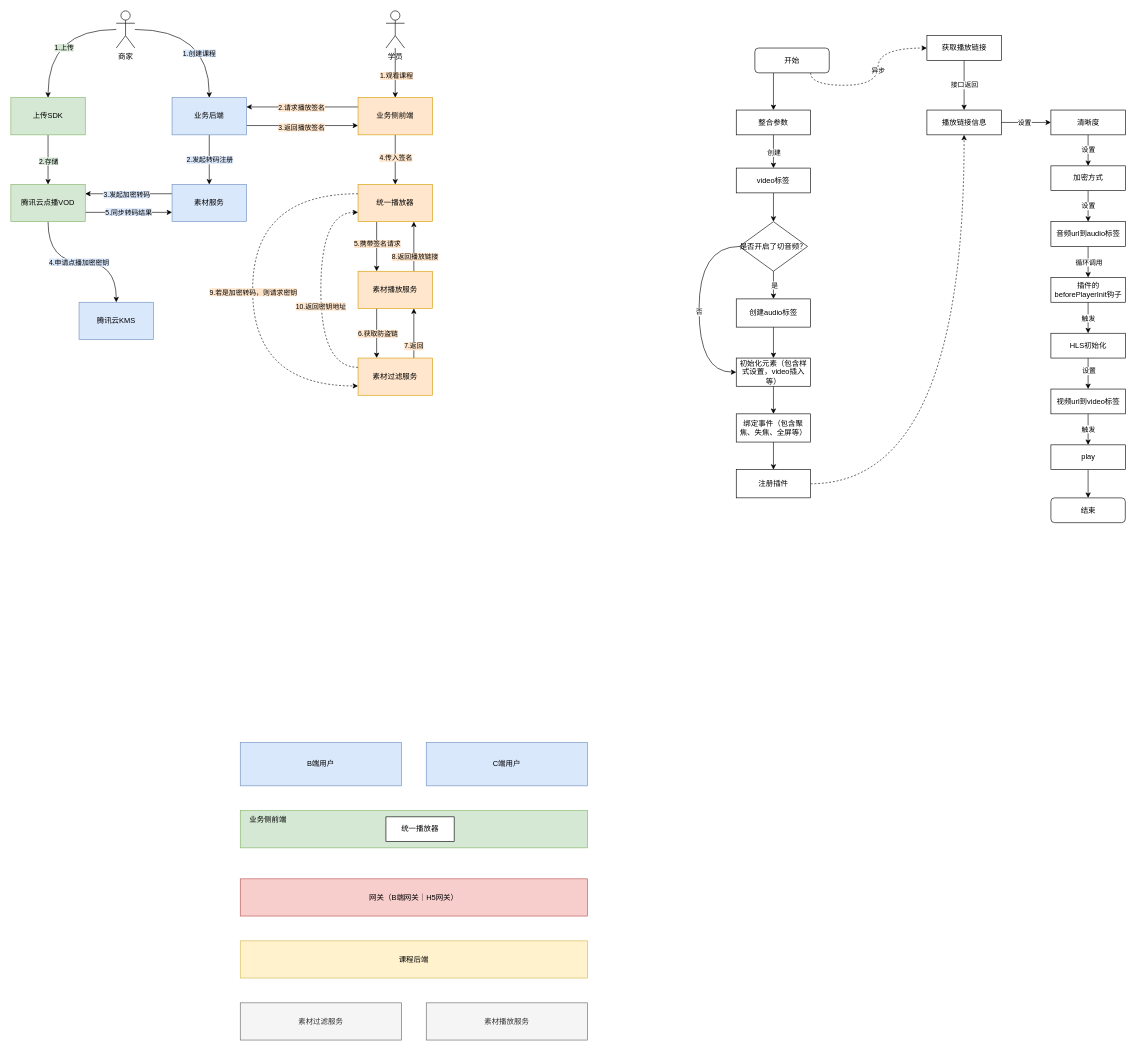
DillionZ/self-drawio keeps this draw.io diagram as page "统一播放器" (3 of 3) of work.drawio. Above is the earlier version. Source tidied: cells renumbered, new cells numbered last; positions are measured from the earlier drawing's top-left corner, leaving out a move shared by most shapes. Both pictures are drawn from the tidied source at 62%, with x=0, y=0 at pixel (11, 11).
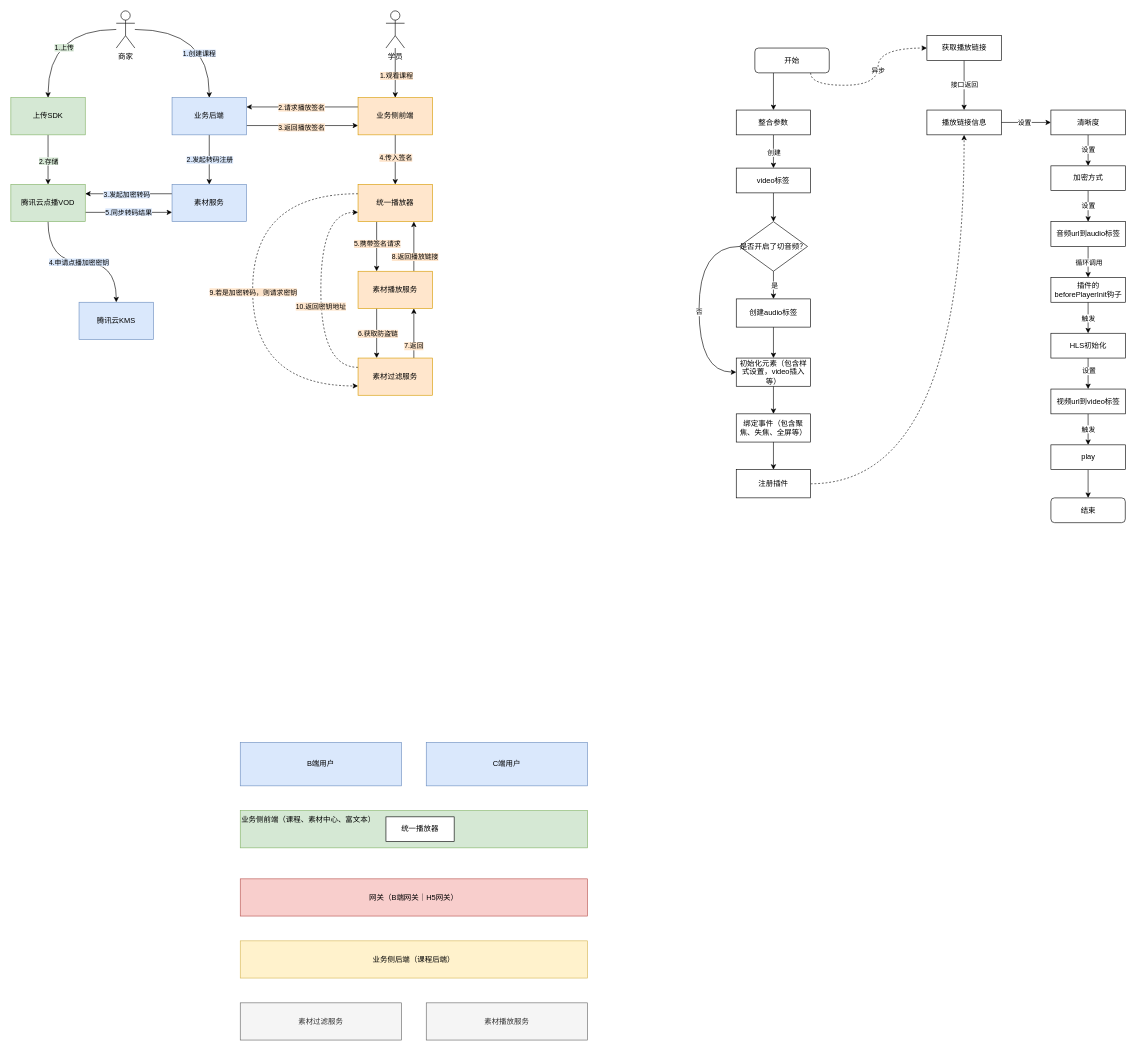
The same diagram, later.

Change to the diagram source:
```diff
@@
-    <mxCell id="98" value="课程后端" style="rounded=0;whiteSpace=wrap;html=1;fillColor=#fff2cc;strokeColor=#d6b656;" parent="1" vertex="1">
+    <mxCell id="98" value="业务侧后端（课程后端）" style="rounded=0;whiteSpace=wrap;html=1;fillColor=#fff2cc;strokeColor=#d6b656;" parent="1" vertex="1">
       <mxGeometry x="370" y="1500" width="560" height="60" as="geometry" />
     </mxCell>
@@
-    <mxCell id="102" value="业务侧前端" style="text;html=1;align=center;verticalAlign=middle;whiteSpace=wrap;rounded=0;" parent="1" vertex="1">
-      <mxGeometry x="370" y="1290" width="90" height="30" as="geometry" />
+    <mxCell id="102" value="业务侧前端（课程、素材中心、富文本）" style="text;html=1;align=center;verticalAlign=middle;whiteSpace=wrap;rounded=0;" parent="1" vertex="1">
+      <mxGeometry x="370" y="1290" width="220" height="30" as="geometry" />
     </mxCell>
```
